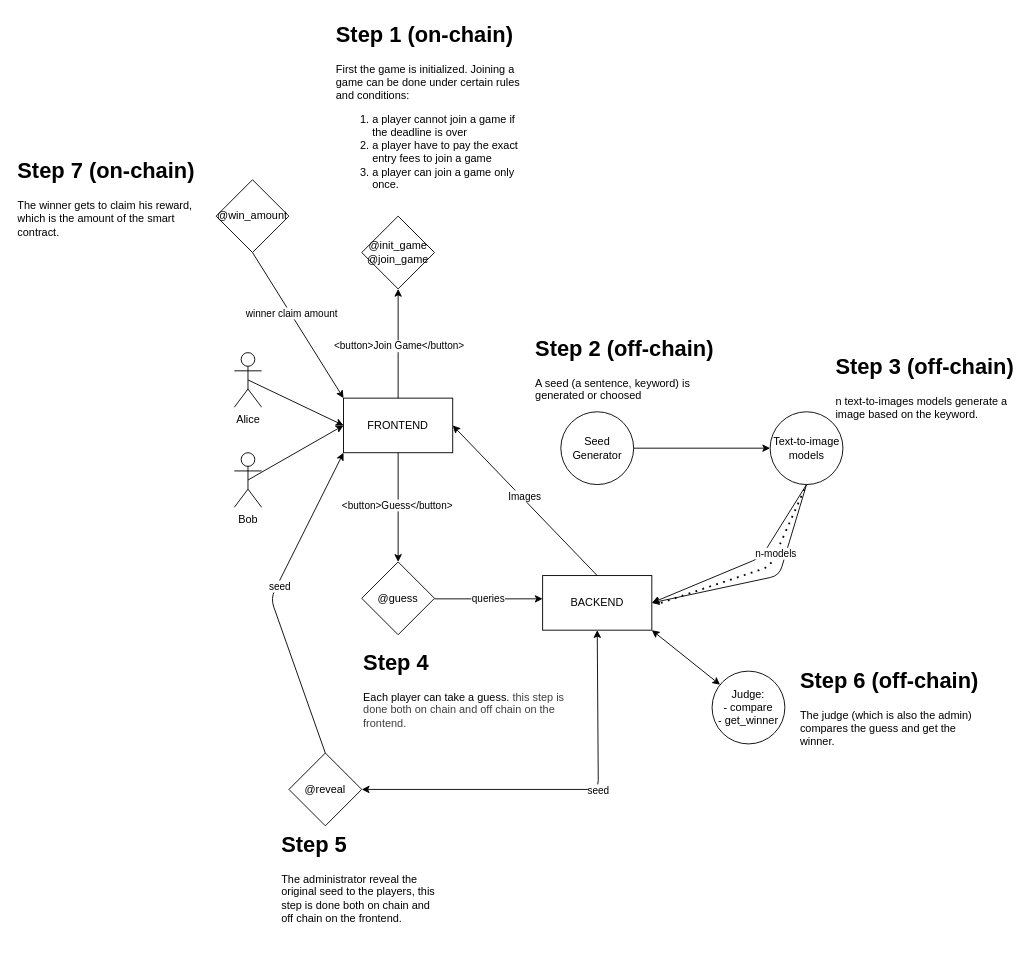
Before: diagram.drawio in amaurydelille/blockchain-project-epita-2027, a draw.io diagram. Source tidied: cells renumbered, new cells numbered last; positions are measured from the earlier drawing's top-left corner, leaving out a move shared by most shapes. Both pictures are drawn from the tidied source at 91%, with x=0, y=0 at pixel (15, 15).
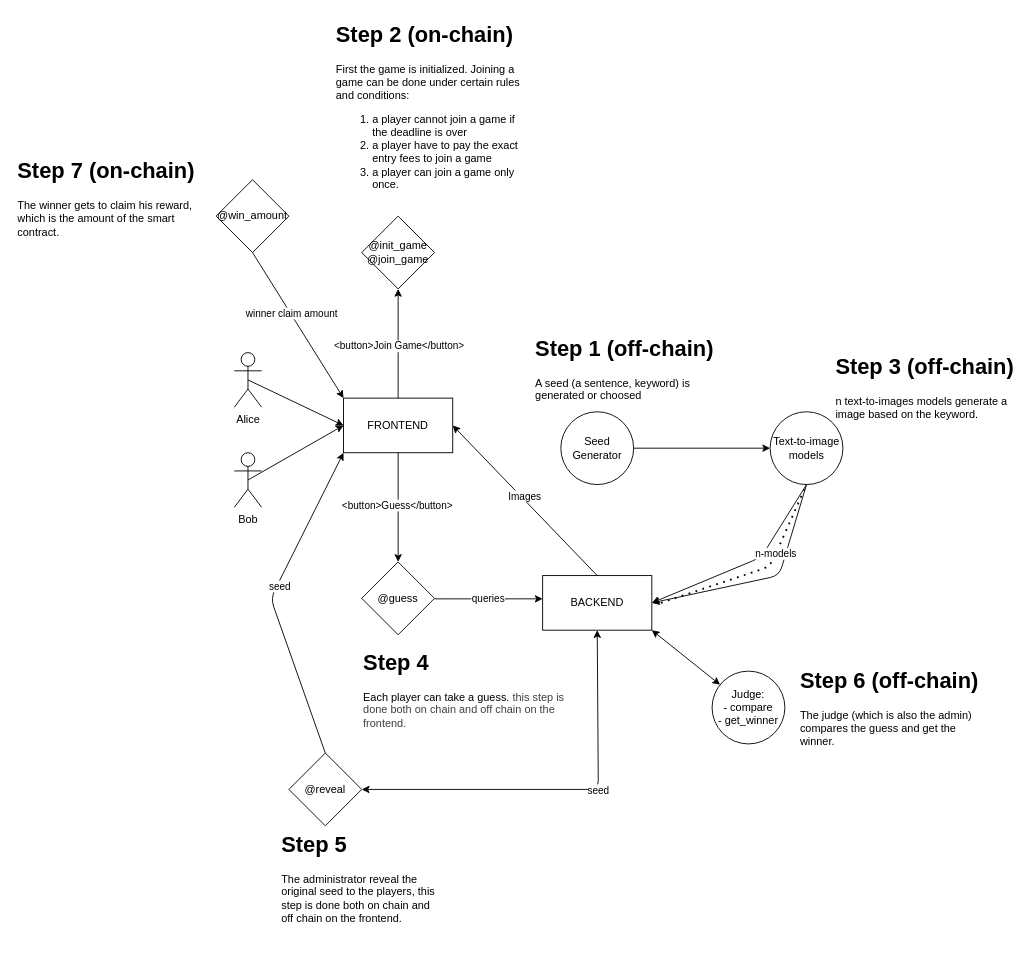
The same page after the edit.

Commit message:
complete diagram

What changed in the source:
```diff
@@
-    <mxCell id="13" value="&lt;h1 style=&quot;margin-top: 0px;&quot;&gt;Step 2 (off-chain)&lt;/h1&gt;&lt;p&gt;A seed (a sentence, keyword) is generated or choosed&amp;nbsp;&lt;/p&gt;" style="text;html=1;whiteSpace=wrap;overflow=hidden;rounded=0;" parent="1" vertex="1">
+    <mxCell id="13" value="&lt;h1 style=&quot;margin-top: 0px;&quot;&gt;Step 1 (off-chain)&lt;/h1&gt;&lt;p&gt;A seed (a sentence, keyword) is generated or choosed&amp;nbsp;&lt;/p&gt;" style="text;html=1;whiteSpace=wrap;overflow=hidden;rounded=0;" parent="1" vertex="1">
       <mxGeometry x="568.8" y="345" width="210" height="120" as="geometry" />
     </mxCell>
@@
-    <mxCell id="20" value="&lt;h1 style=&quot;margin-top: 0px;&quot;&gt;Step 1 (on-chain)&lt;/h1&gt;&lt;p&gt;First the game is initialized.&amp;nbsp;&lt;span style=&quot;background-color: transparent;&quot;&gt;Joining a game can be done under certain rules and conditions:&lt;/span&gt;&lt;/p&gt;&lt;p&gt;&lt;/p&gt;&lt;ol&gt;&lt;li&gt;a player cannot join a game if the deadline is over&lt;/li&gt;&lt;li&gt;a player have to pay the exact entry fees to join a game&lt;/li&gt;&lt;li&gt;a player can join a game only once.&lt;/li&gt;&lt;/ol&gt;&lt;p&gt;&lt;/p&gt;" style="text;html=1;whiteSpace=wrap;overflow=hidden;rounded=0;" parent="1" vertex="1">
+    <mxCell id="20" value="&lt;h1 style=&quot;margin-top: 0px;&quot;&gt;Step 2 (on-chain)&lt;/h1&gt;&lt;p&gt;First the game is initialized.&amp;nbsp;&lt;span style=&quot;background-color: transparent;&quot;&gt;Joining a game can be done under certain rules and conditions:&lt;/span&gt;&lt;/p&gt;&lt;p&gt;&lt;/p&gt;&lt;ol&gt;&lt;li&gt;a player cannot join a game if the deadline is over&lt;/li&gt;&lt;li&gt;a player have to pay the exact entry fees to join a game&lt;/li&gt;&lt;li&gt;a player can join a game only once.&lt;/li&gt;&lt;/ol&gt;&lt;p&gt;&lt;/p&gt;" style="text;html=1;whiteSpace=wrap;overflow=hidden;rounded=0;" parent="1" vertex="1">
       <mxGeometry x="350" width="210" height="210" as="geometry" />
     </mxCell>
```
